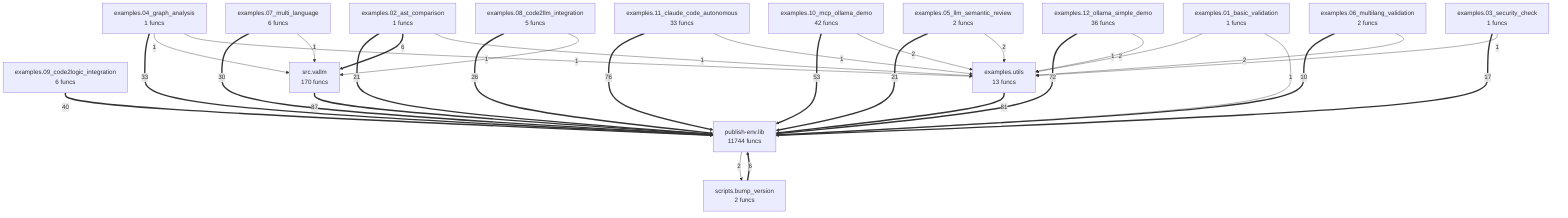
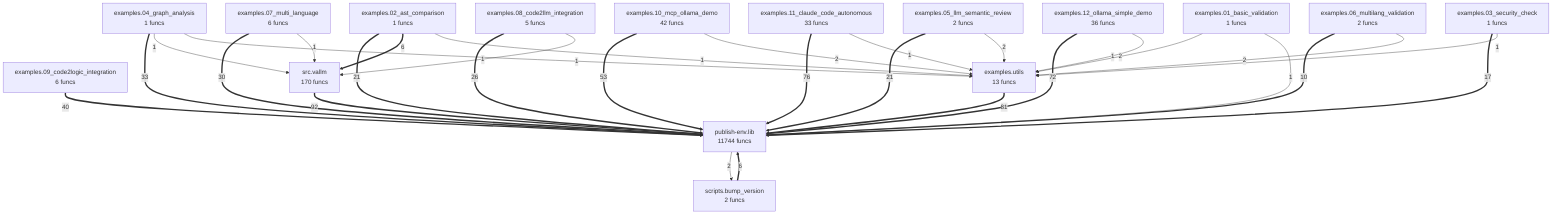
flowchart TD
    examples_01_basic_validation["examples.01_basic_validation<br/>1 funcs"]
    examples_02_ast_comparison["examples.02_ast_comparison<br/>1 funcs"]
    examples_03_security_check["examples.03_security_check<br/>1 funcs"]
    examples_04_graph_analysis["examples.04_graph_analysis<br/>1 funcs"]
    examples_05_llm_semantic_review["examples.05_llm_semantic_review<br/>2 funcs"]
    examples_06_multilang_validation["examples.06_multilang_validation<br/>2 funcs"]
    examples_07_multi_language["examples.07_multi_language<br/>6 funcs"]
    examples_08_code2llm_integration["examples.08_code2llm_integration<br/>5 funcs"]
    examples_09_code2logic_integration["examples.09_code2logic_integration<br/>6 funcs"]
    examples_10_mcp_ollama_demo["examples.10_mcp_ollama_demo<br/>42 funcs"]
    examples_11_claude_code_autonomous["examples.11_claude_code_autonomous<br/>33 funcs"]
    examples_12_ollama_simple_demo["examples.12_ollama_simple_demo<br/>36 funcs"]
    examples_utils["examples.utils<br/>13 funcs"]
    publish_env_lib["publish-env.lib<br/>11744 funcs"]
    scripts_bump_version["scripts.bump_version<br/>2 funcs"]
    src_vallm["src.vallm<br/>170 funcs"]
-     src_vallm ==>|87| publish_env_lib
+     src_vallm ==>|92| publish_env_lib
    examples_utils ==>|81| publish_env_lib
    examples_11_claude_code_autonomous ==>|76| publish_env_lib
    examples_12_ollama_simple_demo ==>|72| publish_env_lib
    examples_10_mcp_ollama_demo ==>|53| publish_env_lib
    examples_09_code2logic_integration ==>|40| publish_env_lib
    examples_04_graph_analysis ==>|33| publish_env_lib
    examples_07_multi_language ==>|30| publish_env_lib
    examples_08_code2llm_integration ==>|26| publish_env_lib
    examples_05_llm_semantic_review ==>|21| publish_env_lib
    examples_02_ast_comparison ==>|21| publish_env_lib
    examples_03_security_check ==>|17| publish_env_lib
    examples_06_multilang_validation ==>|10| publish_env_lib
    scripts_bump_version ==>|6| publish_env_lib
    examples_02_ast_comparison ==>|6| src_vallm
    publish_env_lib -->|2| scripts_bump_version
    examples_05_llm_semantic_review -->|2| examples_utils
    examples_01_basic_validation -->|2| examples_utils
    examples_06_multilang_validation -->|2| examples_utils
    examples_10_mcp_ollama_demo -->|2| examples_utils
-     examples_11_claude_code_autonomous -->|1| examples_utils
    examples_04_graph_analysis -->|1| src_vallm
    examples_04_graph_analysis -->|1| examples_utils
+     examples_11_claude_code_autonomous -->|1| examples_utils
+     examples_01_basic_validation -->|1| publish_env_lib
    examples_12_ollama_simple_demo -->|1| examples_utils
-     examples_01_basic_validation -->|1| publish_env_lib
    examples_02_ast_comparison -->|1| examples_utils
    examples_03_security_check -->|1| examples_utils
    examples_07_multi_language -->|1| src_vallm
    examples_08_code2llm_integration -->|1| src_vallm
